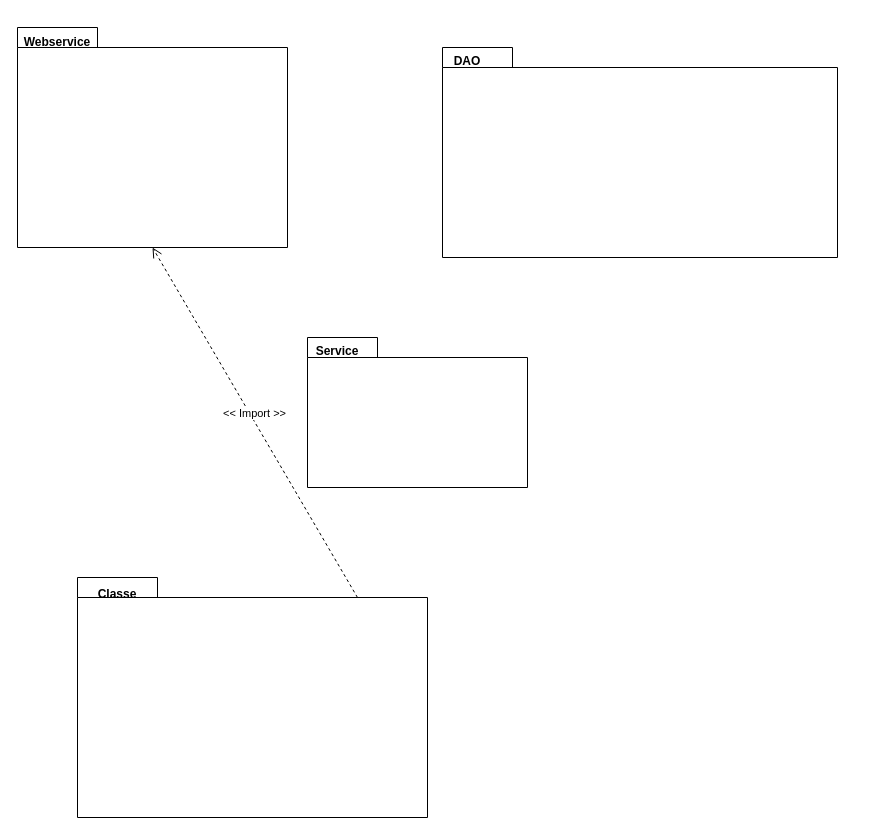
The draw.io diagram diagramme de paquetageV2.drawio in AdrienCortada/Projet-info-2A, before the edit. Source tidied: cells renumbered, new cells numbered last; positions are measured from the earlier drawing's top-left corner, leaving out a move shared by most shapes. Both pictures are drawn from the tidied source at 100%, with x=0, y=0 at pixel (17, 27).
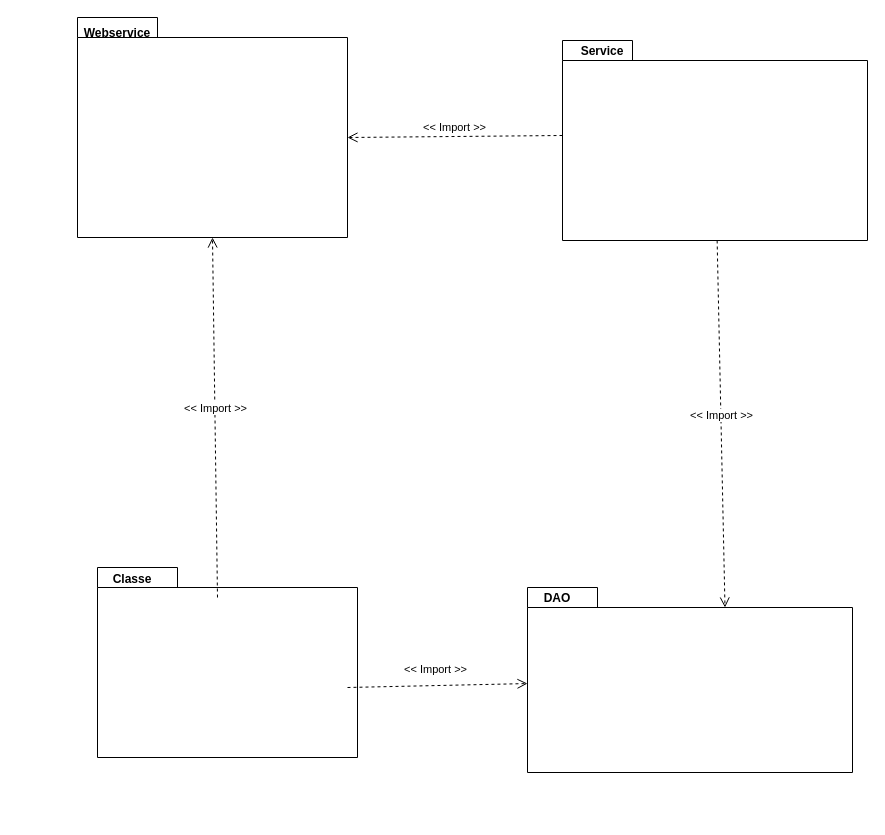
The same page after the edit.

Change to the diagram source:
```diff
@@
 <mxGraphModel>
   <root>
     <mxCell id="0" />
     <mxCell id="1" parent="0" />
     <mxCell id="2" style="shape=folder;fontStyle=1;spacingTop=10;tabWidth=80;tabHeight=20;tabPosition=left;html=1;" parent="1" vertex="1">
-      <mxGeometry width="270" height="220" as="geometry" />
+      <mxGeometry x="60" y="-10" width="270" height="220" as="geometry" />
     </mxCell>
     <mxCell id="3" value="Webservice&#10;" style="text;align=center;fontStyle=1;verticalAlign=middle;spacingLeft=3;spacingRight=3;strokeColor=none;" parent="1" vertex="1">
-      <mxGeometry y="20" width="80" as="geometry" />
+      <mxGeometry x="60" y="10" width="80" height="3" as="geometry" />
     </mxCell>
     <mxCell id="4" style="shape=folder;fontStyle=1;spacingTop=10;tabWidth=80;tabHeight=20;tabPosition=left;html=1;" parent="1" vertex="1">
-      <mxGeometry x="60" y="550" width="350" height="240" as="geometry" />
+      <mxGeometry x="80" y="540" width="260" height="190" as="geometry" />
     </mxCell>
     <mxCell id="5" value="Classe&#10;" style="text;align=center;fontStyle=1;verticalAlign=middle;spacingLeft=3;spacingRight=3;strokeColor=none;" parent="1" vertex="1">
-      <mxGeometry x="60" y="560" width="80" height="26" as="geometry" />
+      <mxGeometry x="80" y="550" width="70" height="16" as="geometry" />
     </mxCell>
     <mxCell id="6" style="shape=folder;fontStyle=1;spacingTop=10;tabWidth=70;tabHeight=20;tabPosition=left;html=1;" parent="1" vertex="1">
-      <mxGeometry x="425" y="20" width="395" height="210" as="geometry" />
+      <mxGeometry x="545" y="13" width="305" height="200" as="geometry" />
     </mxCell>
-    <mxCell id="7" value="DAO" style="text;align=center;fontStyle=1;verticalAlign=middle;spacingLeft=3;spacingRight=3;strokeColor=none;" parent="1" vertex="1">
-      <mxGeometry x="410" y="20" width="80" height="26" as="geometry" />
-    </mxCell>
-    <mxCell id="8" value="&amp;lt;&amp;lt; Import &amp;gt;&amp;gt;" style="html=1;verticalAlign=bottom;endArrow=open;dashed=1;endSize=8;entryX=0.5;entryY=1;entryDx=0;entryDy=0;entryPerimeter=0;exitX=0;exitY=0;exitDx=280;exitDy=20;exitPerimeter=0;" parent="1" edge="1" source="4" target="2">
-      <mxGeometry relative="1" as="geometry" />
+    <mxCell id="8" value="&amp;lt;&amp;lt; Import &amp;gt;&amp;gt;" style="html=1;verticalAlign=bottom;endArrow=open;dashed=1;endSize=8;entryX=0.5;entryY=1;entryDx=0;entryDy=0;entryPerimeter=0;" parent="1" edge="1" target="2">
+      <mxGeometry relative="1" as="geometry">
+        <mxPoint x="200" y="570" as="sourcePoint" />
+      </mxGeometry>
     </mxCell>
     <mxCell id="9" style="shape=folder;fontStyle=1;spacingTop=10;tabWidth=70;tabHeight=20;tabPosition=left;html=1;" parent="1" vertex="1">
-      <mxGeometry x="290" y="310" width="220" height="150" as="geometry" />
+      <mxGeometry x="510" y="560" width="325" height="185" as="geometry" />
     </mxCell>
     <mxCell id="10" value="Service" style="text;align=center;fontStyle=1;verticalAlign=middle;spacingLeft=3;spacingRight=3;strokeColor=none;" parent="1" vertex="1">
-      <mxGeometry x="280" y="310" width="80" height="26" as="geometry" />
+      <mxGeometry x="545" y="10" width="80" height="26" as="geometry" />
     </mxCell>
+    <mxCell id="7" value="DAO" style="text;align=center;fontStyle=1;verticalAlign=middle;spacingLeft=3;spacingRight=3;strokeColor=none;" parent="1" vertex="1">
+      <mxGeometry x="500" y="560" width="80" height="20" as="geometry" />
+    </mxCell>
+    <mxCell id="11" value="&amp;lt;&amp;lt; Import &amp;gt;&amp;gt;" style="html=1;verticalAlign=bottom;endArrow=open;dashed=1;endSize=8;" parent="1" edge="1" target="9">
+      <mxGeometry x="-0.02" y="8" relative="1" as="geometry">
+        <mxPoint x="330" y="660" as="sourcePoint" />
+        <mxPoint y="1" as="offset" />
+      </mxGeometry>
+    </mxCell>
+    <mxCell id="12" value="&amp;lt;&amp;lt; Import &amp;gt;&amp;gt;" style="html=1;verticalAlign=bottom;endArrow=open;dashed=1;endSize=8;entryX=0;entryY=0;entryDx=197.5;entryDy=20;entryPerimeter=0;" parent="1" edge="1" source="6" target="9">
+      <mxGeometry relative="1" as="geometry" />
+    </mxCell>
+    <mxCell id="13" value="&amp;lt;&amp;lt; Import &amp;gt;&amp;gt;" style="html=1;verticalAlign=bottom;endArrow=open;dashed=1;endSize=8;entryX=0;entryY=0;entryDx=270;entryDy=120;entryPerimeter=0;exitX=0;exitY=0;exitDx=0;exitDy=95;exitPerimeter=0;" parent="1" edge="1" source="6" target="2">
+      <mxGeometry relative="1" as="geometry" />
+    </mxCell>
   </root>
 </mxGraphModel>
```
